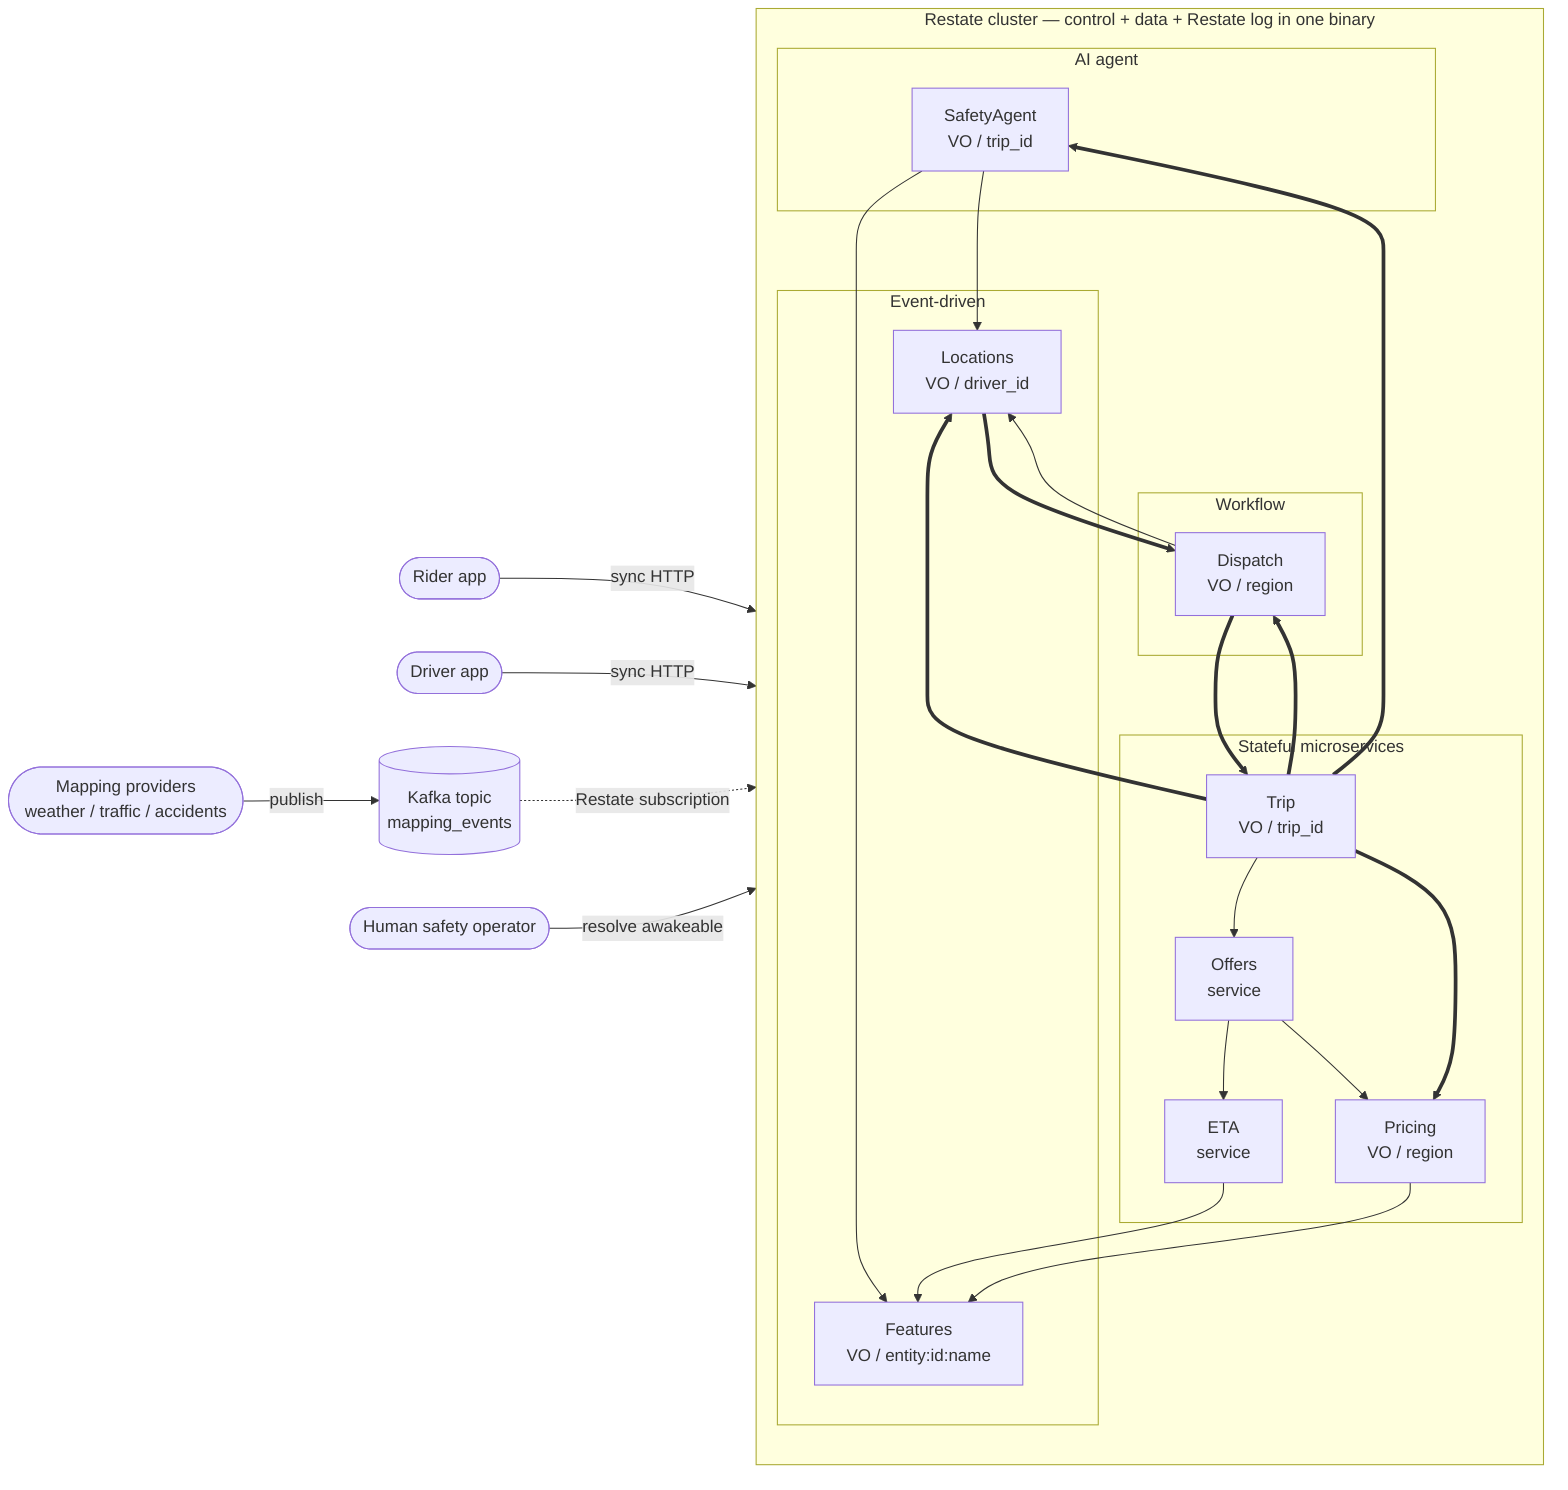
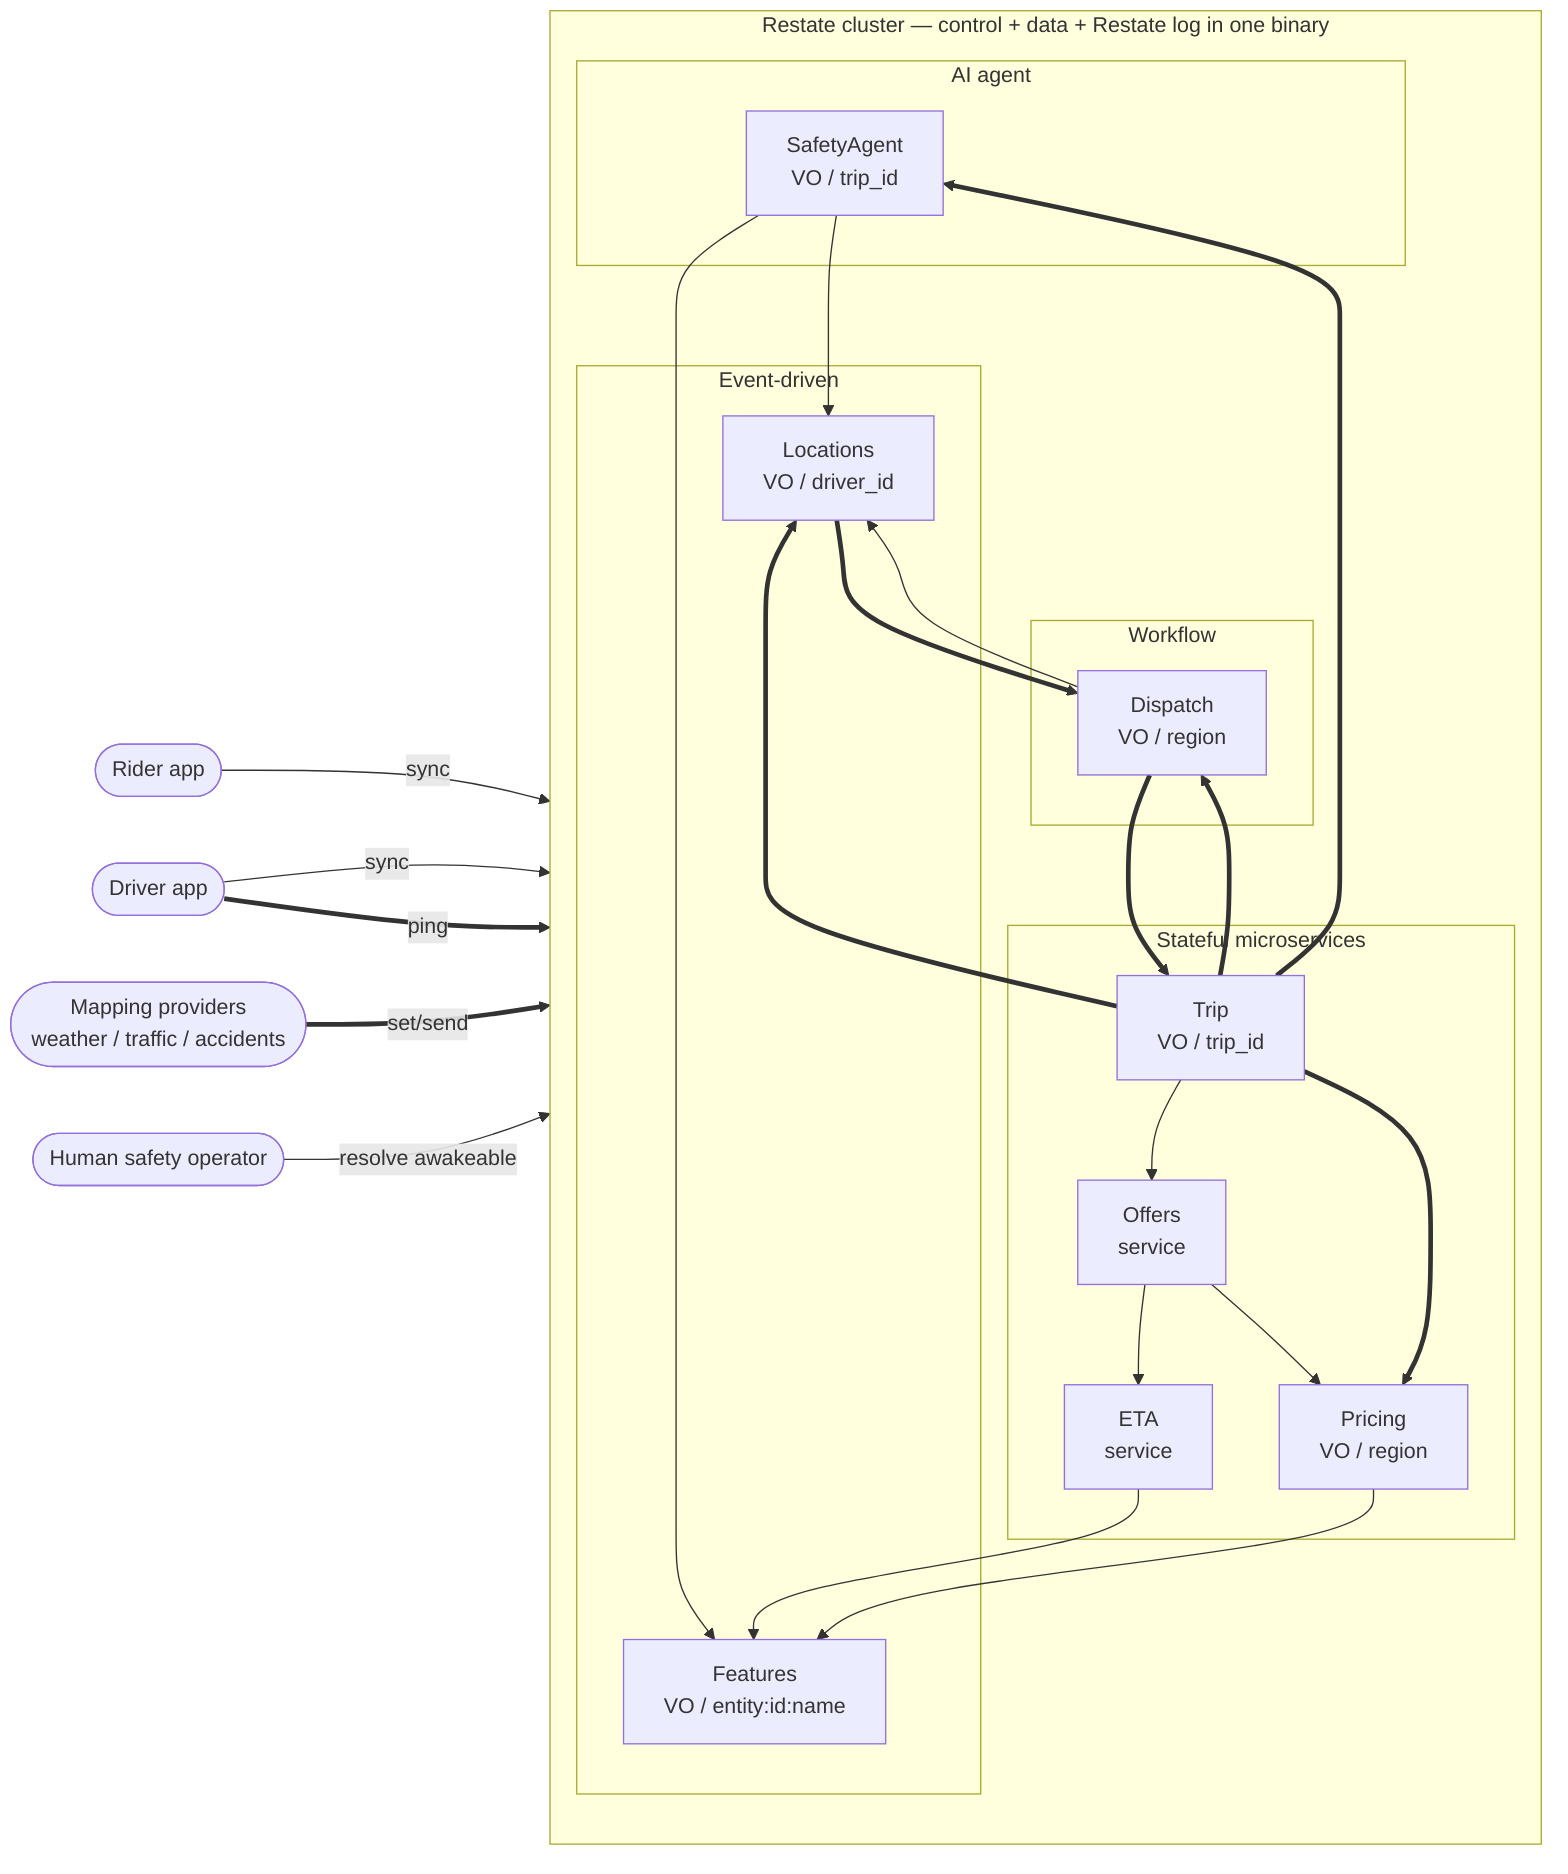
flowchart LR
    Rider([Rider app])
    Driver([Driver app])
    Provider([Mapping providers<br/>weather / traffic / accidents])
    Operator([Human safety operator])
-     Kafka[("Kafka topic<br/>mapping_events")]

    subgraph Restate["Restate cluster — control + data + Restate log in one binary"]
      direction TB
      subgraph SM["Stateful microservices"]
        Trip["Trip<br/>VO / trip_id"]
        Offers["Offers<br/>service"]
        Pricing["Pricing<br/>VO / region"]
        ETA["ETA<br/>service"]
      end
      subgraph ED["Event-driven"]
        Locations["Locations<br/>VO / driver_id"]
        Features["Features<br/>VO / entity:id:name"]
      end
      subgraph WF["Workflow"]
        Dispatch["Dispatch<br/>VO / region"]
      end
      subgraph AI["AI agent"]
        Safety["SafetyAgent<br/>VO / trip_id"]
      end
    end

-     Rider -->|sync HTTP| Trip
-     Driver -->|sync HTTP| Locations
-     Provider -->|publish| Kafka
-     Kafka -.->|Restate subscription| Features
+     Rider -->|sync| Trip
+     Driver -->|sync| Locations
+     Driver ==>|ping| Locations
+     Provider ==>|set/send| Features
    Operator -->|resolve awakeable| Safety

    Trip --> Offers
    Offers --> ETA
    Offers --> Pricing
    Dispatch --> Locations
    Safety --> Locations
    Safety --> Features
    ETA --> Features
    Pricing --> Features

    Trip ==> Pricing
    Trip ==> Dispatch
    Trip ==> Locations
    Trip ==> Safety
    Dispatch ==> Trip
    Locations ==> Dispatch
